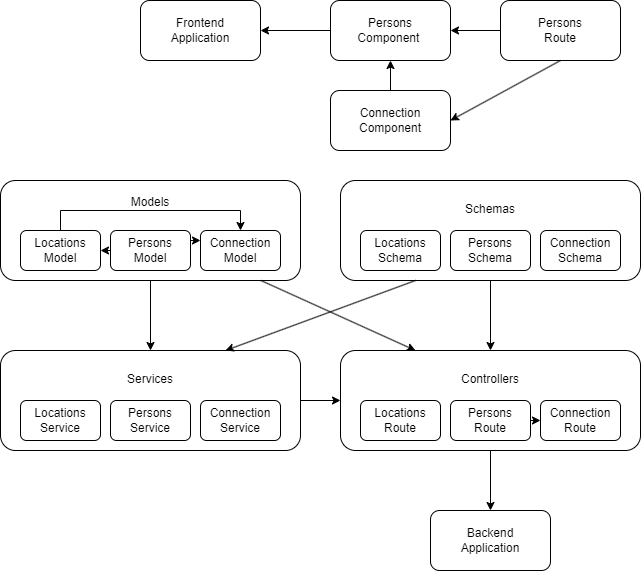
Earlier version of the draw.io export UdaConnect/DependencyGraph.png (ElenaKutanov/DataEngineerForAIApplications). Source tidied: cells renumbered, new cells last; positions are measured from the earlier drawing's top-left corner, leaving out a move shared by most shapes.
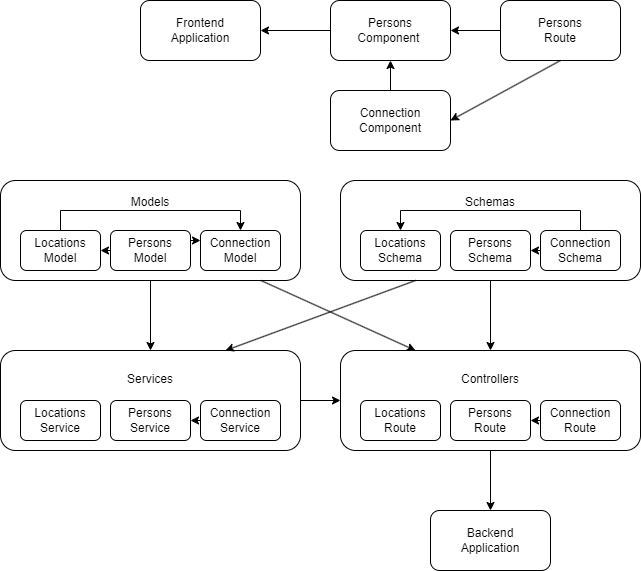
After the commit.

The edit, as a diff of the source:
```diff
@@ -40,7 +40,7 @@
     <mxCell id="13" value="Connection&lt;br&gt;Model" style="rounded=1;whiteSpace=wrap;html=1;" parent="1" vertex="1">
       <mxGeometry x="200" y="230" width="80" height="40" as="geometry" />
     </mxCell>
-    <mxCell id="14" value="Schemas&lt;br&gt;&lt;br&gt;&lt;br&gt;&lt;br&gt;" style="rounded=1;whiteSpace=wrap;html=1;" parent="1" vertex="1">
+    <mxCell id="14" value="Schemas&lt;br&gt;&lt;br&gt;&lt;br&gt;&lt;br&gt;&lt;br&gt;" style="rounded=1;whiteSpace=wrap;html=1;" parent="1" vertex="1">
       <mxGeometry x="340" y="180" width="300" height="100" as="geometry" />
     </mxCell>
     <mxCell id="15" value="Locations&lt;br&gt;Schema" style="rounded=1;whiteSpace=wrap;html=1;" parent="1" vertex="1">
@@ -85,7 +85,7 @@
     <mxCell id="28" value="Backend&lt;br&gt;Application" style="rounded=1;whiteSpace=wrap;html=1;" parent="1" vertex="1">
       <mxGeometry x="430" y="510" width="120" height="60" as="geometry" />
     </mxCell>
-    <mxCell id="29" style="endArrow=classic;html=1;rounded=0;entryX=0;entryY=0.5;entryDx=0;entryDy=0;exitX=1;exitY=0.5;exitDx=0;exitDy=0;" parent="1" edge="1" source="26" target="27">
+    <mxCell id="29" style="endArrow=classic;html=1;rounded=0;entryX=1;entryY=0.5;entryDx=0;entryDy=0;exitX=0;exitY=0.5;exitDx=0;exitDy=0;" parent="1" edge="1" source="27" target="26">
       <mxGeometry relative="1" as="geometry" />
     </mxCell>
     <mxCell id="30" style="endArrow=classic;html=1;rounded=0;exitX=0.5;exitY=1;exitDx=0;exitDy=0;entryX=0.5;entryY=0;entryDx=0;entryDy=0;" parent="1" edge="1" source="24" target="28">
@@ -114,5 +114,21 @@
         </Array>
       </mxGeometry>
     </mxCell>
+    <mxCell id="37" style="endArrow=classic;html=1;rounded=0;entryX=1;entryY=0.5;entryDx=0;entryDy=0;" parent="1" edge="1" target="20">
+      <mxGeometry relative="1" as="geometry">
+        <mxPoint x="200" y="420" as="sourcePoint" />
+      </mxGeometry>
+    </mxCell>
+    <mxCell id="38" style="endArrow=classic;html=1;rounded=0;exitX=0;exitY=0.5;exitDx=0;exitDy=0;entryX=1;entryY=0.5;entryDx=0;entryDy=0;" parent="1" edge="1" source="17" target="16">
+      <mxGeometry relative="1" as="geometry" />
+    </mxCell>
+    <mxCell id="39" style="endArrow=classic;html=1;rounded=0;exitX=0.5;exitY=0;exitDx=0;exitDy=0;entryX=0.5;entryY=0;entryDx=0;entryDy=0;" parent="1" edge="1" source="17" target="15">
+      <mxGeometry relative="1" as="geometry">
+        <Array as="points">
+          <mxPoint x="580" y="210" />
+          <mxPoint x="400" y="210" />
+        </Array>
+      </mxGeometry>
+    </mxCell>
   </root>
 </mxGraphModel>
```
